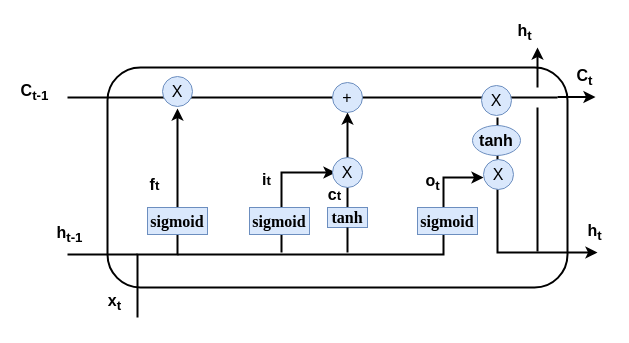
gitofding/first_repository keeps this draw.io diagram as lstm_framework.drawio. Above is the earlier version. Source tidied: cells renumbered, new cells numbered last; positions are measured from the earlier drawing's top-left corner, leaving out a move shared by most shapes. Both pictures are drawn from the tidied source at 100%, with x=0, y=0 at pixel (17, 17).
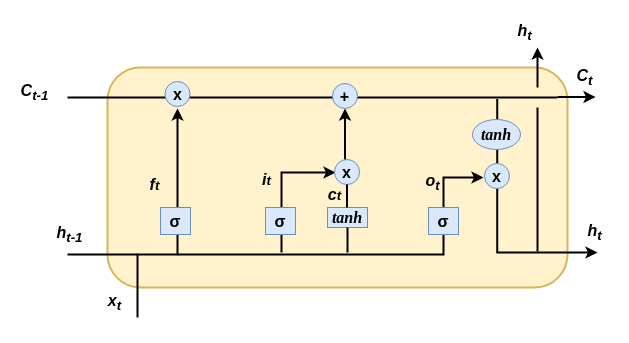
The same diagram, later.

Unchanged cells that the change refers to:
```xml
<mxCell id="6" style="line;strokeWidth=2;html=1;fontSize=16;" parent="1" vertex="1">
  <mxGeometry x="50" y="75" width="490" height="10" as="geometry" />
</mxCell>
```

Change to the diagram source:
```diff
@@
-    <mxCell id="2" style="rounded=1;whiteSpace=wrap;html=1;fillColor=none;strokeColor=#000000;shadow=0;sketch=0;strokeWidth=2;" parent="1" vertex="1">
+    <mxCell id="2" style="rounded=1;whiteSpace=wrap;html=1;fillColor=#fff2cc;strokeColor=#d6b656;shadow=0;sketch=0;strokeWidth=2;" parent="1" vertex="1">
       <mxGeometry x="90" y="50" width="460" height="220" as="geometry" />
     </mxCell>
@@
-    <mxCell id="5" value="&lt;span lang=&quot;EN-US&quot; style=&quot;font-family: &amp;#34;times new roman&amp;#34; , serif&quot;&gt;&lt;font size=&quot;1&quot;&gt;&lt;b style=&quot;font-size: 16px&quot;&gt;sigmoid&lt;/b&gt;&lt;/font&gt;&lt;br&gt;&lt;/span&gt;" style="rounded=0;whiteSpace=wrap;html=1;fillColor=#dae8fc;strokeColor=#6c8ebf;" parent="1" vertex="1">
-      <mxGeometry x="130" y="190" width="60" height="27" as="geometry" />
+    <mxCell id="5" value="&lt;span lang=&quot;EN-US&quot; style=&quot;font-family: &amp;#34;times new roman&amp;#34; , serif&quot;&gt;&lt;span style=&quot;font-family: &amp;#34;helvetica&amp;#34; ; font-size: 16px ; text-align: left&quot;&gt;&lt;b&gt;σ&lt;/b&gt;&lt;/span&gt;&lt;br&gt;&lt;/span&gt;" style="rounded=0;whiteSpace=wrap;html=1;fillColor=#dae8fc;strokeColor=#6c8ebf;" parent="1" vertex="1">
+      <mxGeometry x="143" y="190" width="30" height="27" as="geometry" />
     </mxCell>
@@
-    <mxCell id="7" value="X" style="ellipse;whiteSpace=wrap;html=1;fontSize=16;fillColor=#dae8fc;strokeColor=#6c8ebf;" parent="1" vertex="1">
-      <mxGeometry x="145" y="59" width="30" height="30" as="geometry" />
-    </mxCell>
@@
-    <mxCell id="9" style="edgeStyle=segmentEdgeStyle;endArrow=classic;html=1;rounded=0;fontSize=16;strokeWidth=2;startArrow=none;entryX=0.5;entryY=1;entryDx=0;entryDy=0;" parent="1" edge="1" source="12" target="17">
+    <mxCell id="9" style="edgeStyle=segmentEdgeStyle;endArrow=classic;html=1;rounded=0;fontSize=16;strokeWidth=2;startArrow=none;entryX=0.5;entryY=1;entryDx=0;entryDy=0;" parent="1" edge="1" source="36" target="17">
       <mxGeometry relative="1" as="geometry" />
     </mxCell>
@@
-    <mxCell id="11" value="&lt;span lang=&quot;EN-US&quot; style=&quot;font-family: &amp;#34;times new roman&amp;#34; , serif&quot;&gt;&lt;font size=&quot;1&quot;&gt;&lt;b style=&quot;font-size: 16px&quot;&gt;sigmoid&lt;/b&gt;&lt;/font&gt;&lt;br&gt;&lt;/span&gt;" style="rounded=0;whiteSpace=wrap;html=1;fillColor=#dae8fc;strokeColor=#6c8ebf;" parent="1" vertex="1">
-      <mxGeometry x="232" y="190" width="60" height="27" as="geometry" />
+    <mxCell id="11" value="&lt;span lang=&quot;EN-US&quot; style=&quot;font-family: &amp;#34;times new roman&amp;#34; , serif&quot;&gt;&lt;span style=&quot;font-family: &amp;#34;helvetica&amp;#34; ; font-size: 16px ; text-align: left&quot;&gt;&lt;b&gt;σ&lt;/b&gt;&lt;/span&gt;&lt;br&gt;&lt;/span&gt;" style="rounded=0;whiteSpace=wrap;html=1;fillColor=#dae8fc;strokeColor=#6c8ebf;" parent="1" vertex="1">
+      <mxGeometry x="248" y="190" width="30" height="27" as="geometry" />
     </mxCell>
-    <mxCell id="12" value="&lt;span lang=&quot;EN-US&quot; style=&quot;font-family: &amp;#34;times new roman&amp;#34; , serif&quot;&gt;&lt;font size=&quot;1&quot;&gt;&lt;b style=&quot;font-size: 16px&quot;&gt;tanh&lt;/b&gt;&lt;/font&gt;&lt;br&gt;&lt;/span&gt;" style="rounded=0;whiteSpace=wrap;html=1;fillColor=#dae8fc;strokeColor=#6c8ebf;" parent="1" vertex="1">
+    <mxCell id="12" value="&lt;span lang=&quot;EN-US&quot; style=&quot;font-family: &amp;#34;times new roman&amp;#34; , serif&quot;&gt;&lt;font size=&quot;1&quot;&gt;&lt;b style=&quot;font-size: 16px&quot;&gt;&lt;i&gt;tanh&lt;/i&gt;&lt;/b&gt;&lt;/font&gt;&lt;br&gt;&lt;/span&gt;" style="rounded=0;whiteSpace=wrap;html=1;fillColor=#dae8fc;strokeColor=#6c8ebf;" parent="1" vertex="1">
       <mxGeometry x="310" y="190" width="40" height="20" as="geometry" />
     </mxCell>
@@
-    <mxCell id="14" value="&lt;span lang=&quot;EN-US&quot; style=&quot;font-family: &amp;#34;times new roman&amp;#34; , serif&quot;&gt;&lt;font size=&quot;1&quot;&gt;&lt;b style=&quot;font-size: 16px&quot;&gt;sigmoid&lt;/b&gt;&lt;/font&gt;&lt;br&gt;&lt;/span&gt;" style="rounded=0;whiteSpace=wrap;html=1;fillColor=#dae8fc;strokeColor=#6c8ebf;" parent="1" vertex="1">
-      <mxGeometry x="400" y="190" width="60" height="27" as="geometry" />
+    <mxCell id="14" value="&lt;span lang=&quot;EN-US&quot; style=&quot;font-family: &amp;#34;times new roman&amp;#34; , serif&quot;&gt;&lt;span style=&quot;font-family: &amp;#34;helvetica&amp;#34; ; font-size: 16px ; text-align: left&quot;&gt;&lt;b&gt;σ&lt;/b&gt;&lt;/span&gt;&lt;br&gt;&lt;/span&gt;" style="rounded=0;whiteSpace=wrap;html=1;fillColor=#dae8fc;strokeColor=#6c8ebf;" parent="1" vertex="1">
+      <mxGeometry x="411" y="190" width="30" height="27" as="geometry" />
     </mxCell>
-    <mxCell id="15" value="X" style="ellipse;whiteSpace=wrap;html=1;fontSize=16;fillColor=#dae8fc;strokeColor=#6c8ebf;" parent="1" vertex="1">
-      <mxGeometry x="315" y="140" width="30" height="30" as="geometry" />
-    </mxCell>
-    <mxCell id="16" value="X" style="ellipse;whiteSpace=wrap;html=1;fontSize=16;fillColor=#dae8fc;strokeColor=#6c8ebf;" parent="1" vertex="1">
-      <mxGeometry x="464" y="68" width="30" height="30" as="geometry" />
-    </mxCell>
-    <mxCell id="17" value="+" style="ellipse;whiteSpace=wrap;html=1;fontSize=16;fillColor=#dae8fc;strokeColor=#6c8ebf;" parent="1" vertex="1">
-      <mxGeometry x="315" y="65" width="30" height="30" as="geometry" />
+    <mxCell id="17" value="&lt;b&gt;+&lt;/b&gt;" style="ellipse;whiteSpace=wrap;html=1;fontSize=16;fillColor=#dae8fc;strokeColor=#6c8ebf;" parent="1" vertex="1">
+      <mxGeometry x="315" y="66" width="25" height="25" as="geometry" />
     </mxCell>
-    <mxCell id="18" style="edgeStyle=elbowEdgeStyle;elbow=vertical;endArrow=classic;html=1;rounded=0;fontSize=16;strokeWidth=2;" parent="1" edge="1">
+    <mxCell id="18" style="edgeStyle=elbowEdgeStyle;elbow=vertical;endArrow=classic;html=1;rounded=0;fontSize=16;strokeWidth=2;exitX=0.877;exitY=0.64;exitDx=0;exitDy=0;exitPerimeter=0;" parent="1" edge="1" source="6">
       <mxGeometry relative="1" as="geometry">
-        <mxPoint x="480" y="100" as="sourcePoint" />
         <mxPoint x="580" y="235" as="targetPoint" />
         <Array as="points">
           <mxPoint x="490" y="235" />
         </Array>
       </mxGeometry>
     </mxCell>
-    <mxCell id="19" value="&lt;b&gt;tanh&lt;/b&gt;" style="ellipse;whiteSpace=wrap;html=1;fontSize=16;fillColor=#dae8fc;strokeColor=#6c8ebf;" parent="1" vertex="1">
-      <mxGeometry x="455" y="108" width="48" height="30" as="geometry" />
+    <mxCell id="19" value="&lt;b style=&quot;font-family: &amp;#34;times new roman&amp;#34; , serif&quot;&gt;&lt;i&gt;tanh&lt;/i&gt;&lt;/b&gt;" style="ellipse;whiteSpace=wrap;html=1;fontSize=16;fillColor=#dae8fc;strokeColor=#6c8ebf;" parent="1" vertex="1">
+      <mxGeometry x="455" y="102" width="48" height="30" as="geometry" />
     </mxCell>
-    <mxCell id="20" value="X" style="ellipse;whiteSpace=wrap;html=1;fontSize=16;fillColor=#dae8fc;strokeColor=#6c8ebf;" parent="1" vertex="1">
-      <mxGeometry x="466" y="142" width="30" height="30" as="geometry" />
-    </mxCell>
@@
-    <mxCell id="24" value="&lt;b&gt;h&lt;sub&gt;t&lt;/sub&gt;&lt;/b&gt;" style="text;html=1;strokeColor=none;fillColor=none;align=center;verticalAlign=middle;whiteSpace=wrap;rounded=0;shadow=0;glass=0;sketch=0;fontSize=16;" parent="1" vertex="1">
+    <mxCell id="24" value="&lt;b&gt;&lt;i&gt;h&lt;sub&gt;t&lt;/sub&gt;&lt;/i&gt;&lt;/b&gt;" style="text;html=1;strokeColor=none;fillColor=none;align=center;verticalAlign=middle;whiteSpace=wrap;rounded=0;shadow=0;glass=0;sketch=0;fontSize=16;" parent="1" vertex="1">
       <mxGeometry x="490" width="35" height="30" as="geometry" />
     </mxCell>
-    <mxCell id="25" value="&lt;b&gt;C&lt;sub&gt;t&lt;/sub&gt;&lt;/b&gt;" style="text;html=1;strokeColor=none;fillColor=none;align=center;verticalAlign=middle;whiteSpace=wrap;rounded=0;shadow=0;glass=0;sketch=0;fontSize=16;" parent="1" vertex="1">
+    <mxCell id="25" value="&lt;b&gt;&lt;i&gt;C&lt;sub&gt;t&lt;/sub&gt;&lt;/i&gt;&lt;/b&gt;" style="text;html=1;strokeColor=none;fillColor=none;align=center;verticalAlign=middle;whiteSpace=wrap;rounded=0;shadow=0;glass=0;sketch=0;fontSize=16;" parent="1" vertex="1">
       <mxGeometry x="550" y="45" width="35" height="30" as="geometry" />
     </mxCell>
-    <mxCell id="26" value="&lt;b&gt;h&lt;sub&gt;t&lt;/sub&gt;&lt;/b&gt;" style="text;html=1;strokeColor=none;fillColor=none;align=center;verticalAlign=middle;whiteSpace=wrap;rounded=0;shadow=0;glass=0;sketch=0;fontSize=16;" parent="1" vertex="1">
+    <mxCell id="26" value="&lt;b&gt;&lt;i&gt;h&lt;sub&gt;t&lt;/sub&gt;&lt;/i&gt;&lt;/b&gt;" style="text;html=1;strokeColor=none;fillColor=none;align=center;verticalAlign=middle;whiteSpace=wrap;rounded=0;shadow=0;glass=0;sketch=0;fontSize=16;" parent="1" vertex="1">
       <mxGeometry x="560" y="200" width="35" height="30" as="geometry" />
     </mxCell>
-    <mxCell id="27" value="&lt;b&gt;h&lt;sub&gt;t-1&lt;/sub&gt;&lt;/b&gt;" style="text;html=1;strokeColor=none;fillColor=none;align=center;verticalAlign=middle;whiteSpace=wrap;rounded=0;shadow=0;glass=0;sketch=0;fontSize=16;" parent="1" vertex="1">
+    <mxCell id="27" value="&lt;b&gt;&lt;i&gt;h&lt;sub&gt;t-1&lt;/sub&gt;&lt;/i&gt;&lt;/b&gt;" style="text;html=1;strokeColor=none;fillColor=none;align=center;verticalAlign=middle;whiteSpace=wrap;rounded=0;shadow=0;glass=0;sketch=0;fontSize=16;" parent="1" vertex="1">
       <mxGeometry x="35" y="202" width="35" height="30" as="geometry" />
     </mxCell>
-    <mxCell id="28" value="&lt;b&gt;C&lt;sub&gt;t-1&lt;/sub&gt;&lt;/b&gt;" style="text;html=1;strokeColor=none;fillColor=none;align=center;verticalAlign=middle;whiteSpace=wrap;rounded=0;shadow=0;glass=0;sketch=0;fontSize=16;" parent="1" vertex="1">
+    <mxCell id="28" value="&lt;b&gt;&lt;i&gt;C&lt;sub&gt;t-1&lt;/sub&gt;&lt;/i&gt;&lt;/b&gt;" style="text;html=1;strokeColor=none;fillColor=none;align=center;verticalAlign=middle;whiteSpace=wrap;rounded=0;shadow=0;glass=0;sketch=0;fontSize=16;" parent="1" vertex="1">
       <mxGeometry y="60" width="35" height="30" as="geometry" />
     </mxCell>
-    <mxCell id="29" value="&lt;b&gt;x&lt;sub&gt;t&lt;/sub&gt;&lt;/b&gt;" style="text;html=1;strokeColor=none;fillColor=none;align=center;verticalAlign=middle;whiteSpace=wrap;rounded=0;shadow=0;glass=0;sketch=0;fontSize=16;" parent="1" vertex="1">
+    <mxCell id="29" value="&lt;b&gt;&lt;i&gt;x&lt;sub&gt;t&lt;/sub&gt;&lt;/i&gt;&lt;/b&gt;" style="text;html=1;strokeColor=none;fillColor=none;align=center;verticalAlign=middle;whiteSpace=wrap;rounded=0;shadow=0;glass=0;sketch=0;fontSize=16;" parent="1" vertex="1">
       <mxGeometry x="80" y="270" width="35" height="30" as="geometry" />
     </mxCell>
-    <mxCell id="30" value="&lt;b&gt;&lt;sub&gt;&lt;span style=&quot;font-size: 16px&quot;&gt;f&lt;/span&gt;t&lt;/sub&gt;&lt;/b&gt;" style="text;html=1;strokeColor=none;fillColor=none;align=center;verticalAlign=middle;whiteSpace=wrap;rounded=0;shadow=0;glass=0;sketch=0;fontSize=16;" parent="1" vertex="1">
+    <mxCell id="30" value="&lt;b&gt;&lt;sub&gt;&lt;i&gt;&lt;span style=&quot;font-size: 16px&quot;&gt;f&lt;/span&gt;t&lt;/i&gt;&lt;/sub&gt;&lt;/b&gt;" style="text;html=1;strokeColor=none;fillColor=none;align=center;verticalAlign=middle;whiteSpace=wrap;rounded=0;shadow=0;glass=0;sketch=0;fontSize=16;" parent="1" vertex="1">
       <mxGeometry x="120" y="150" width="35" height="30" as="geometry" />
     </mxCell>
-    <mxCell id="31" value="&lt;b&gt;&lt;sub&gt;&lt;span style=&quot;font-size: 16px&quot;&gt;i&lt;/span&gt;t&lt;/sub&gt;&lt;/b&gt;" style="text;html=1;strokeColor=none;fillColor=none;align=center;verticalAlign=middle;whiteSpace=wrap;rounded=0;shadow=0;glass=0;sketch=0;fontSize=16;" parent="1" vertex="1">
+    <mxCell id="31" value="&lt;b&gt;&lt;sub&gt;&lt;i&gt;&lt;span style=&quot;font-size: 16px&quot;&gt;i&lt;/span&gt;t&lt;/i&gt;&lt;/sub&gt;&lt;/b&gt;" style="text;html=1;strokeColor=none;fillColor=none;align=center;verticalAlign=middle;whiteSpace=wrap;rounded=0;shadow=0;glass=0;sketch=0;fontSize=16;" parent="1" vertex="1">
       <mxGeometry x="232" y="145" width="35" height="30" as="geometry" />
     </mxCell>
-    <mxCell id="32" value="&lt;b&gt;&lt;sub&gt;&lt;span style=&quot;font-size: 16px&quot;&gt;c&lt;/span&gt;t&lt;/sub&gt;&lt;/b&gt;" style="text;html=1;strokeColor=none;fillColor=none;align=center;verticalAlign=middle;whiteSpace=wrap;rounded=0;shadow=0;glass=0;sketch=0;fontSize=16;" parent="1" vertex="1">
+    <mxCell id="32" value="&lt;b&gt;&lt;sub&gt;&lt;i&gt;&lt;span style=&quot;font-size: 16px&quot;&gt;c&lt;/span&gt;t&lt;/i&gt;&lt;/sub&gt;&lt;/b&gt;" style="text;html=1;strokeColor=none;fillColor=none;align=center;verticalAlign=middle;whiteSpace=wrap;rounded=0;shadow=0;glass=0;sketch=0;fontSize=16;" parent="1" vertex="1">
       <mxGeometry x="300" y="160" width="35" height="30" as="geometry" />
     </mxCell>
-    <mxCell id="33" value="&lt;b&gt;o&lt;sub&gt;t&lt;/sub&gt;&lt;/b&gt;" style="text;html=1;strokeColor=none;fillColor=none;align=center;verticalAlign=middle;whiteSpace=wrap;rounded=0;shadow=0;glass=0;sketch=0;fontSize=16;" parent="1" vertex="1">
+    <mxCell id="33" value="&lt;b&gt;&lt;i&gt;o&lt;sub&gt;t&lt;/sub&gt;&lt;/i&gt;&lt;/b&gt;" style="text;html=1;strokeColor=none;fillColor=none;align=center;verticalAlign=middle;whiteSpace=wrap;rounded=0;shadow=0;glass=0;sketch=0;fontSize=16;" parent="1" vertex="1">
       <mxGeometry x="398" y="150" width="35" height="30" as="geometry" />
     </mxCell>
+    <mxCell id="34" value="&lt;b&gt;x&lt;/b&gt;" style="ellipse;whiteSpace=wrap;html=1;fontSize=16;fillColor=#dae8fc;strokeColor=#6c8ebf;" parent="1" vertex="1">
+      <mxGeometry x="147.5" y="64" width="25" height="25" as="geometry" />
+    </mxCell>
+    <mxCell id="35" value="&lt;b&gt;x&lt;/b&gt;" style="ellipse;whiteSpace=wrap;html=1;fontSize=16;fillColor=#dae8fc;strokeColor=#6c8ebf;" parent="1" vertex="1">
+      <mxGeometry x="467" y="146" width="25" height="25" as="geometry" />
+    </mxCell>
+    <mxCell id="36" value="&lt;b&gt;x&lt;/b&gt;" style="ellipse;whiteSpace=wrap;html=1;fontSize=16;fillColor=#dae8fc;strokeColor=#6c8ebf;" parent="1" vertex="1">
+      <mxGeometry x="317" y="142" width="25" height="25" as="geometry" />
+    </mxCell>
+    <mxCell id="37" style="edgeStyle=segmentEdgeStyle;endArrow=none;html=1;rounded=0;fontSize=16;strokeWidth=2;startArrow=none;entryX=0.5;entryY=1;entryDx=0;entryDy=0;" parent="1" edge="1" source="12" target="36">
+      <mxGeometry relative="1" as="geometry" />
+    </mxCell>
```
